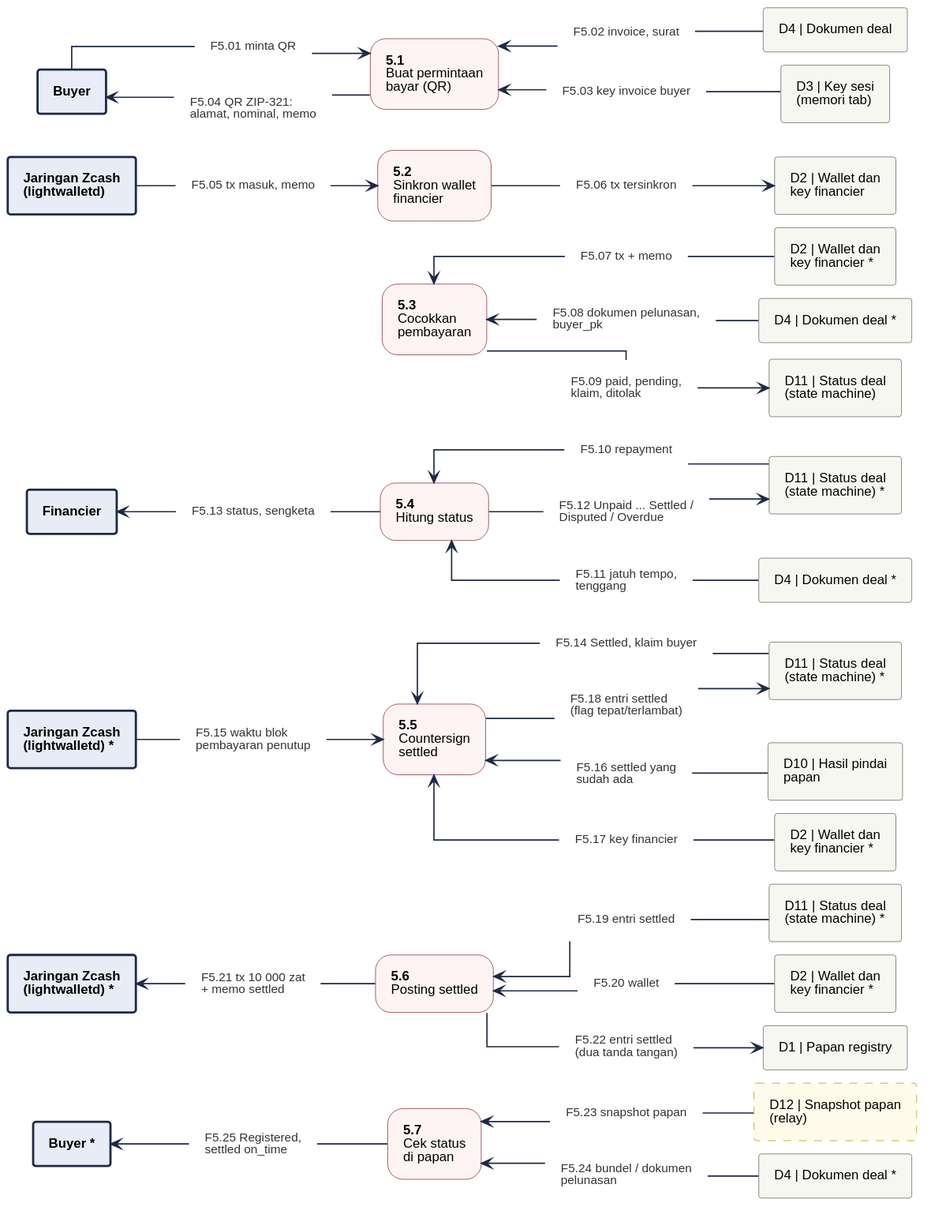
JitsuinFi/jitsuinfi-vault keeps this PlantUML diagram as 08-FlowDiagrams/assets/dfd-2-5.svg. Above is the earlier version.
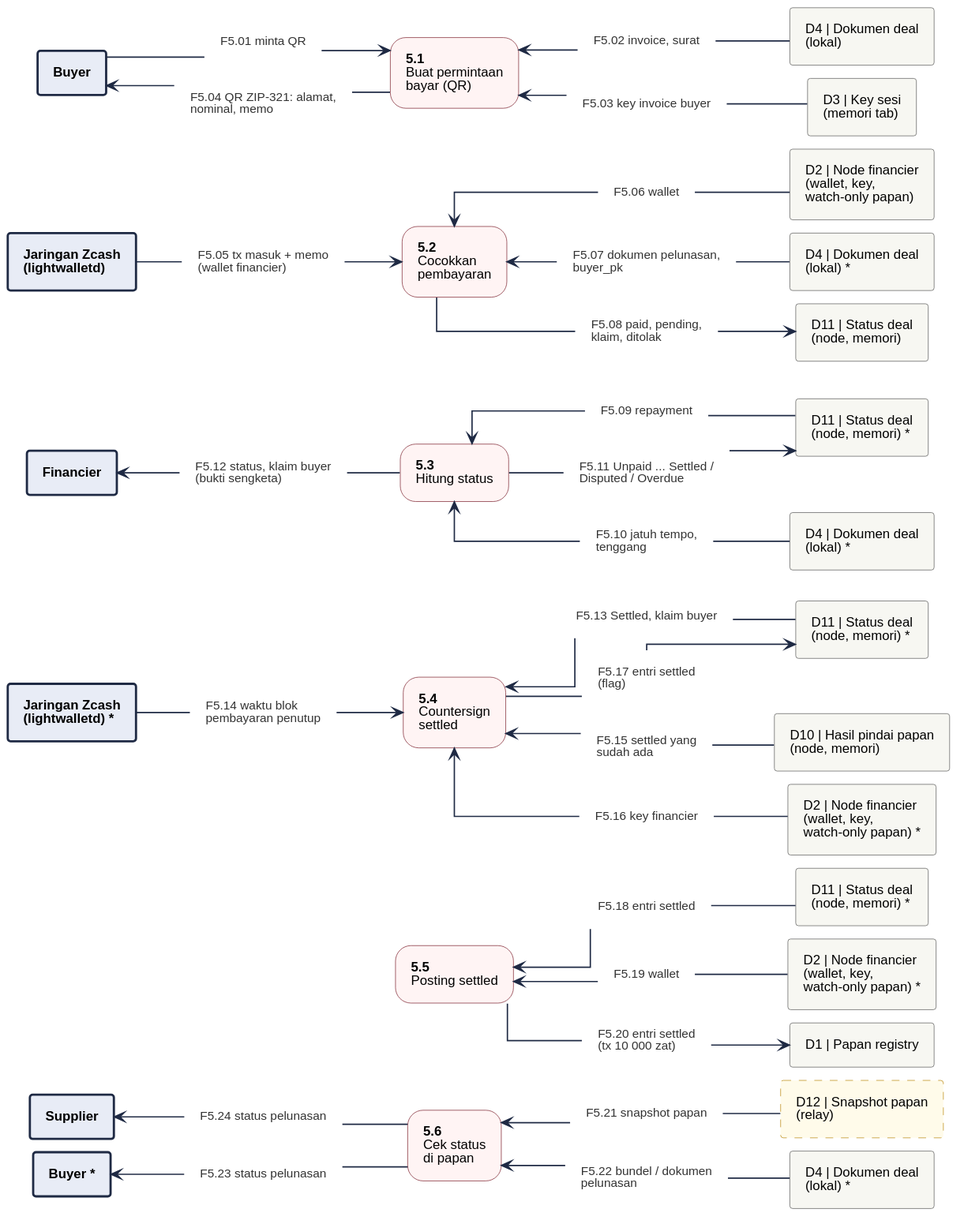
The same file after the commit.

Diff of the diagram source:
```diff
@@ -3,60 +3,57 @@
 left to right direction
 skinparam nodesep 12
 skinparam ranksep 35
-rectangle "Buyer *" <<entity>> as B_7
-rectangle "D4 | Dokumen deal *" <<store>> as D4_7
-rectangle "D12 | Snapshot papan\n(relay)" <<storeproposal>> as D12_7
-rectangle "D1 | Papan registry" <<store>> as D1_6
-rectangle "Jaringan Zcash\n(lightwalletd) *" <<entity>> as Z_6
-rectangle "D2 | Wallet dan\nkey financier *" <<store>> as D2_6
-rectangle "D11 | Status deal\n(state machine) *" <<store>> as D11_6
-rectangle "D2 | Wallet dan\nkey financier *" <<store>> as D2_5
-rectangle "D10 | Hasil pindai\npapan" <<store>> as D10_5
-rectangle "Jaringan Zcash\n(lightwalletd) *" <<entity>> as Z_5
-rectangle "D11 | Status deal\n(state machine) *" <<store>> as D11_5
-rectangle "Financier" <<entity>> as F_4
-rectangle "D4 | Dokumen deal *" <<store>> as D4_4
-rectangle "D11 | Status deal\n(state machine) *" <<store>> as D11_4
-rectangle "D11 | Status deal\n(state machine)" <<store>> as D11_3
-rectangle "D4 | Dokumen deal *" <<store>> as D4_3
-rectangle "D2 | Wallet dan\nkey financier *" <<store>> as D2_3
-rectangle "D2 | Wallet dan\nkey financier" <<store>> as D2_2
+rectangle "Supplier" <<entity>> as S_6
+rectangle "Buyer *" <<entity>> as B_6
+rectangle "D4 | Dokumen deal\n(lokal) *" <<store>> as D4_6
+rectangle "D12 | Snapshot papan\n(relay)" <<storeproposal>> as D12_6
+rectangle "D1 | Papan registry" <<store>> as D1_5
+rectangle "D2 | Node financier\n(wallet, key,\nwatch-only papan) *" <<store>> as D2_5
+rectangle "D11 | Status deal\n(node, memori) *" <<store>> as D11_5
+rectangle "D2 | Node financier\n(wallet, key,\nwatch-only papan) *" <<store>> as D2_4
+rectangle "D10 | Hasil pindai papan\n(node, memori)" <<store>> as D10_4
+rectangle "Jaringan Zcash\n(lightwalletd) *" <<entity>> as Z_4
+rectangle "D11 | Status deal\n(node, memori) *" <<store>> as D11_4
+rectangle "Financier" <<entity>> as F_3
+rectangle "D4 | Dokumen deal\n(lokal) *" <<store>> as D4_3
+rectangle "D11 | Status deal\n(node, memori) *" <<store>> as D11_3
+rectangle "D11 | Status deal\n(node, memori)" <<store>> as D11_2
+rectangle "D4 | Dokumen deal\n(lokal) *" <<store>> as D4_2
+rectangle "D2 | Node financier\n(wallet, key,\nwatch-only papan)" <<store>> as D2_2
 rectangle "Jaringan Zcash\n(lightwalletd)" <<entity>> as Z_2
 rectangle "D3 | Key sesi\n(memori tab)" <<store>> as D3_1
-rectangle "D4 | Dokumen deal" <<store>> as D4_1
+rectangle "D4 | Dokumen deal\n(lokal)" <<store>> as D4_1
 rectangle "Buyer" <<entity>> as B_1
-rectangle "**5.7**\nCek status\ndi papan" <<process>> as P7
-rectangle "**5.6**\nPosting settled" <<process>> as P6
-rectangle "**5.5**\nCountersign\nsettled" <<process>> as P5
-rectangle "**5.4**\nHitung status" <<process>> as P4
-rectangle "**5.3**\nCocokkan\npembayaran" <<process>> as P3
-rectangle "**5.2**\nSinkron wallet\nfinancier" <<process>> as P2
+rectangle "**5.6**\nCek status\ndi papan" <<process>> as P6
+rectangle "**5.5**\nPosting settled" <<process>> as P5
+rectangle "**5.4**\nCountersign\nsettled" <<process>> as P4
+rectangle "**5.3**\nHitung status" <<process>> as P3
+rectangle "**5.2**\nCocokkan\npembayaran" <<process>> as P2
 rectangle "**5.1**\nBuat permintaan\nbayar (QR)" <<process>> as P1
 rectangle "F5.01 minta QR" <<flow>> as f_F5_01
 rectangle "F5.02 invoice, surat" <<flow>> as f_F5_02
 rectangle "F5.03 key invoice buyer" <<flow>> as f_F5_03
-rectangle "F5.04 QR ZIP-321:\nalamat, nominal, memo" <<flow>> as f_F5_04
-rectangle "F5.05 tx masuk, memo" <<flow>> as f_F5_05
-rectangle "F5.06 tx tersinkron" <<flow>> as f_F5_06
-rectangle "F5.07 tx + memo" <<flow>> as f_F5_07
-rectangle "F5.08 dokumen pelunasan,\nbuyer_pk" <<flow>> as f_F5_08
-rectangle "F5.09 paid, pending,\nklaim, ditolak" <<flow>> as f_F5_09
-rectangle "F5.10 repayment" <<flow>> as f_F5_10
-rectangle "F5.11 jatuh tempo,\ntenggang" <<flow>> as f_F5_11
-rectangle "F5.12 Unpaid ... Settled /\nDisputed / Overdue" <<flow>> as f_F5_12
-rectangle "F5.13 status, sengketa" <<flow>> as f_F5_13
-rectangle "F5.14 Settled, klaim buyer" <<flow>> as f_F5_14
-rectangle "F5.15 waktu blok\npembayaran penutup" <<flow>> as f_F5_15
-rectangle "F5.16 settled yang\nsudah ada" <<flow>> as f_F5_16
-rectangle "F5.17 key financier" <<flow>> as f_F5_17
-rectangle "F5.18 entri settled\n(flag tepat/terlambat)" <<flow>> as f_F5_18
-rectangle "F5.19 entri settled" <<flow>> as f_F5_19
-rectangle "F5.20 wallet" <<flow>> as f_F5_20
-rectangle "F5.21 tx 10 000 zat\n+ memo settled" <<flow>> as f_F5_21
-rectangle "F5.22 entri settled\n(dua tanda tangan)" <<flow>> as f_F5_22
-rectangle "F5.23 snapshot papan" <<flow>> as f_F5_23
-rectangle "F5.24 bundel / dokumen\npelunasan" <<flow>> as f_F5_24
-rectangle "F5.25 Registered,\nsettled on_time" <<flow>> as f_F5_25
+rectangle "F5.04 QR ZIP-321: alamat,\nnominal, memo" <<flow>> as f_F5_04
+rectangle "F5.05 tx masuk + memo\n(wallet financier)" <<flow>> as f_F5_05
+rectangle "F5.06 wallet" <<flow>> as f_F5_06
+rectangle "F5.07 dokumen pelunasan,\nbuyer_pk" <<flow>> as f_F5_07
+rectangle "F5.08 paid, pending,\nklaim, ditolak" <<flow>> as f_F5_08
+rectangle "F5.09 repayment" <<flow>> as f_F5_09
+rectangle "F5.10 jatuh tempo,\ntenggang" <<flow>> as f_F5_10
+rectangle "F5.11 Unpaid ... Settled /\nDisputed / Overdue" <<flow>> as f_F5_11
+rectangle "F5.12 status, klaim buyer\n(bukti sengketa)" <<flow>> as f_F5_12
+rectangle "F5.13 Settled, klaim buyer" <<flow>> as f_F5_13
+rectangle "F5.14 waktu blok\npembayaran penutup" <<flow>> as f_F5_14
+rectangle "F5.15 settled yang\nsudah ada" <<flow>> as f_F5_15
+rectangle "F5.16 key financier" <<flow>> as f_F5_16
+rectangle "F5.17 entri settled\n(flag)" <<flow>> as f_F5_17
+rectangle "F5.18 entri settled" <<flow>> as f_F5_18
+rectangle "F5.19 wallet" <<flow>> as f_F5_19
+rectangle "F5.20 entri settled\n(tx 10 000 zat)" <<flow>> as f_F5_20
+rectangle "F5.21 snapshot papan" <<flow>> as f_F5_21
+rectangle "F5.22 bundel / dokumen\npelunasan" <<flow>> as f_F5_22
+rectangle "F5.23 status pelunasan" <<flow>> as f_F5_23
+rectangle "F5.24 status pelunasan" <<flow>> as f_F5_24
 B_1 -- f_F5_01
 f_F5_01 --> P1
 P1 <-- f_F5_02
@@ -67,48 +64,46 @@
 f_F5_04 -- P1
 Z_2 -- f_F5_05
 f_F5_05 --> P2
-P2 -- f_F5_06
-f_F5_06 --> D2_2
-P3 <-- f_F5_07
-f_F5_07 -- D2_3
-P3 <-- f_F5_08
-f_F5_08 -- D4_3
-P3 -- f_F5_09
-f_F5_09 --> D11_3
-P4 <-- f_F5_10
-f_F5_10 -- D11_4
-P4 <-- f_F5_11
-f_F5_11 -- D4_4
-P4 -- f_F5_12
-f_F5_12 --> D11_4
-F_4 <-- f_F5_13
-f_F5_13 -- P4
-P5 <-- f_F5_14
-f_F5_14 -- D11_5
-Z_5 -- f_F5_15
-f_F5_15 --> P5
-P5 <-- f_F5_16
-f_F5_16 -- D10_5
-P5 <-- f_F5_17
-f_F5_17 -- D2_5
-P5 -- f_F5_18
-f_F5_18 --> D11_5
-P6 <-- f_F5_19
-f_F5_19 -- D11_6
-P6 <-- f_F5_20
-f_F5_20 -- D2_6
-Z_6 <-- f_F5_21
-f_F5_21 -- P6
-P6 -- f_F5_22
-f_F5_22 --> D1_6
-P7 <-- f_F5_23
-f_F5_23 -- D12_7
-P7 <-- f_F5_24
-f_F5_24 -- D4_7
-B_7 <-- f_F5_25
-f_F5_25 -- P7
-rectangle " " <<spacer>> as sp_P3_a
-rectangle " " <<spacer>> as sp_P3_b
-sp_P3_a -[hidden]- sp_P3_b
-sp_P3_b -[hidden]- P3
+P2 <-- f_F5_06
+f_F5_06 -- D2_2
+P2 <-- f_F5_07
+f_F5_07 -- D4_2
+P2 -- f_F5_08
+f_F5_08 --> D11_2
+P3 <-- f_F5_09
+f_F5_09 -- D11_3
+P3 <-- f_F5_10
+f_F5_10 -- D4_3
+P3 -- f_F5_11
+f_F5_11 --> D11_3
+F_3 <-- f_F5_12
+f_F5_12 -- P3
+P4 <-- f_F5_13
+f_F5_13 -- D11_4
+Z_4 -- f_F5_14
+f_F5_14 --> P4
+P4 <-- f_F5_15
+f_F5_15 -- D10_4
+P4 <-- f_F5_16
+f_F5_16 -- D2_4
+P4 -- f_F5_17
+f_F5_17 --> D11_4
+P5 <-- f_F5_18
+f_F5_18 -- D11_5
+P5 <-- f_F5_19
+f_F5_19 -- D2_5
+P5 -- f_F5_20
+f_F5_20 --> D1_5
+P6 <-- f_F5_21
+f_F5_21 -- D12_6
+P6 <-- f_F5_22
+f_F5_22 -- D4_6
+B_6 <-- f_F5_23
+f_F5_23 -- P6
+S_6 <-- f_F5_24
+f_F5_24 -- P6
+rectangle " " <<spacer>> as sp_P5_a
+rectangle " " <<spacer>> as sp_P5_b
+sp_P5_a -[hidden]- sp_P5_b
+sp_P5_b -[hidden]- P5
 @enduml
```
